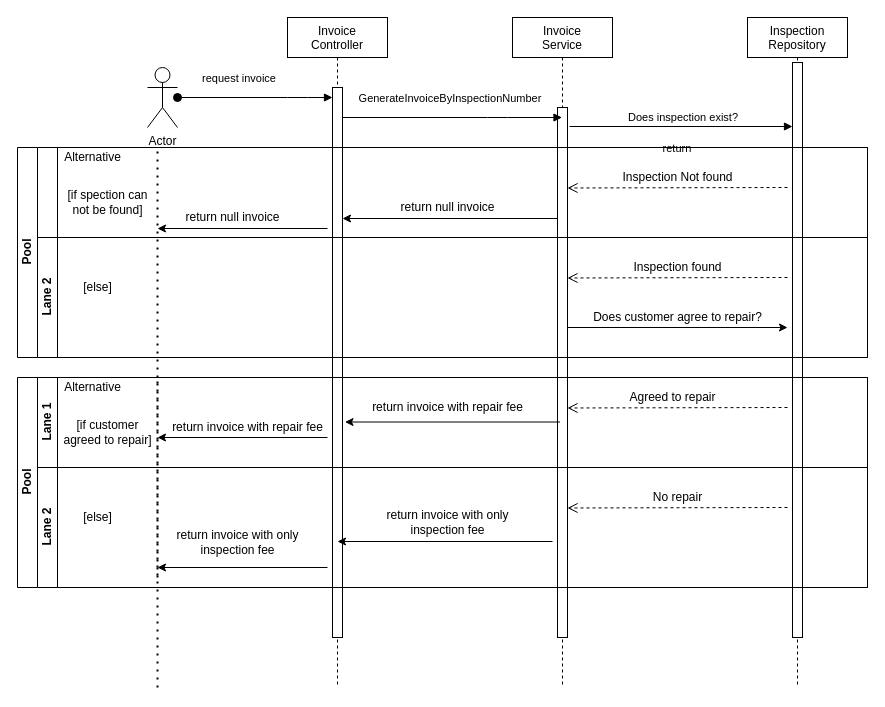
Before: Untitled Diagram.drawio in qixiaoling/Backend-project, a draw.io diagram. Source tidied: cells renumbered, new cells numbered last; positions are measured from the earlier drawing's top-left corner, leaving out a move shared by most shapes. Both pictures are drawn from the tidied source at 100%, with x=0, y=0 at pixel (17, 17).
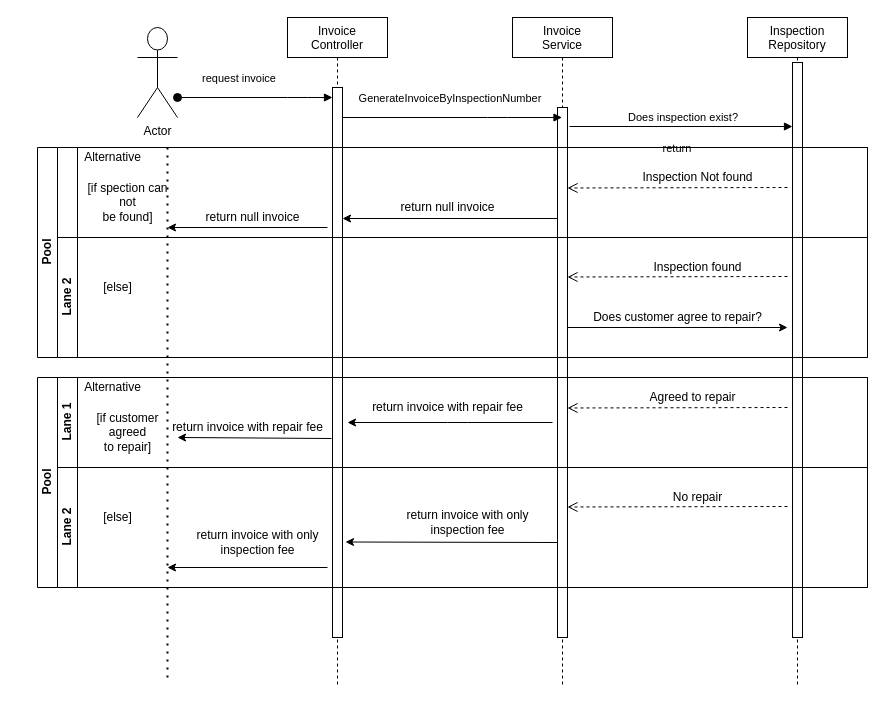
The same diagram, later.

The change refers to these unchanged cells:
```xml
<mxCell id="47" value="return invoice with repair fee" style="text;html=1;align=center;verticalAlign=middle;points=[];" parent="1" vertex="1">
  <mxGeometry x="145" y="400" width="170" height="20" as="geometry" />
</mxCell>
```

The edit, as a diff of the source:
```diff
@@
     <mxCell id="9" value="Actor" style="shape=umlActor;verticalLabelPosition=bottom;verticalAlign=top;html=1;" parent="1" vertex="1">
-      <mxGeometry x="130" y="50" width="30" height="60" as="geometry" />
+      <mxGeometry x="120" y="10" width="40" height="90" as="geometry" />
     </mxCell>
@@
     <mxCell id="12" value="Pool" style="swimlane;html=1;horizontal=0;startSize=20;" parent="1" vertex="1">
-      <mxGeometry y="130" width="850" height="210" as="geometry" />
+      <mxGeometry x="20" y="130" width="830" height="210" as="geometry" />
     </mxCell>
     <mxCell id="13" style="swimlane;html=1;startSize=20;horizontal=0;" parent="12" vertex="1">
-      <mxGeometry x="20" width="830" height="90" as="geometry" />
+      <mxGeometry x="20" width="810" height="90" as="geometry" />
     </mxCell>
@@
-    <mxCell id="15" style="endArrow=none;dashed=1;html=1;dashPattern=1 3;strokeWidth=2;" parent="13" edge="1">
-      <mxGeometry relative="1" as="geometry">
-        <mxPoint x="120" y="430" as="sourcePoint" />
-        <mxPoint x="120" as="targetPoint" />
-      </mxGeometry>
-    </mxCell>
-    <mxCell id="16" value="[if spection can &lt;br&gt;not be found]" style="text;html=1;align=center;verticalAlign=middle;" parent="13" vertex="1">
-      <mxGeometry x="20" y="40" width="100" height="30" as="geometry" />
+    <mxCell id="16" value="[if spection can &lt;br&gt;not &lt;br&gt;be found]" style="text;html=1;align=center;verticalAlign=middle;" parent="13" vertex="1">
+      <mxGeometry x="20" y="30" width="100" height="50" as="geometry" />
     </mxCell>
     <mxCell id="17" style="endArrow=classic;html=1;" parent="13" edge="1">
       <mxGeometry relative="1" as="geometry">
-        <mxPoint x="290" y="81" as="sourcePoint" />
-        <mxPoint x="120" y="81" as="targetPoint" />
+        <mxPoint x="270" y="80" as="sourcePoint" />
+        <mxPoint x="110" y="80" as="targetPoint" />
       </mxGeometry>
     </mxCell>
@@
     <mxCell id="20" value="Lane 2" style="swimlane;html=1;startSize=20;horizontal=0;" parent="12" vertex="1">
-      <mxGeometry x="20" y="90" width="830" height="120" as="geometry" />
+      <mxGeometry x="20" y="90" width="810" height="120" as="geometry" />
     </mxCell>
     <mxCell id="21" style="verticalAlign=bottom;endArrow=open;dashed=1;endSize=8;shadow=0;strokeWidth=1;" parent="20" edge="1">
       <mxGeometry y="-30" relative="1" as="geometry">
-        <mxPoint x="750" y="40" as="sourcePoint" />
-        <mxPoint x="530" y="40.5" as="targetPoint" />
+        <mxPoint x="730" y="39" as="sourcePoint" />
+        <mxPoint x="510" y="39.5" as="targetPoint" />
       </mxGeometry>
     </mxCell>
@@
     <mxCell id="23" style="endArrow=classic;html=1;" parent="20" edge="1">
       <mxGeometry relative="1" as="geometry">
-        <mxPoint x="530" y="90" as="sourcePoint" />
-        <mxPoint x="750" y="90" as="targetPoint" />
+        <mxPoint x="510" y="90" as="sourcePoint" />
+        <mxPoint x="730" y="90" as="targetPoint" />
       </mxGeometry>
     </mxCell>
@@
+    <mxCell id="15" style="endArrow=none;dashed=1;html=1;dashPattern=1 3;strokeWidth=2;" parent="20" edge="1">
+      <mxGeometry relative="1" as="geometry">
+        <mxPoint x="110" y="440" as="sourcePoint" />
+        <mxPoint x="110" y="-90" as="targetPoint" />
+      </mxGeometry>
+    </mxCell>
@@
     <mxCell id="29" value="Pool" style="swimlane;html=1;horizontal=0;startSize=20;" parent="1" vertex="1">
-      <mxGeometry y="360" width="850" height="210" as="geometry" />
+      <mxGeometry x="20" y="360" width="830" height="210" as="geometry" />
     </mxCell>
     <mxCell id="30" value="Lane 1" style="swimlane;html=1;startSize=20;horizontal=0;" parent="29" vertex="1">
-      <mxGeometry x="20" width="830" height="90" as="geometry" />
+      <mxGeometry x="20" width="810" height="90" as="geometry" />
     </mxCell>
@@
-    <mxCell id="32" style="endArrow=none;dashed=1;html=1;dashPattern=1 3;strokeWidth=2;" parent="30" edge="1">
-      <mxGeometry relative="1" as="geometry">
-        <mxPoint x="120" y="310" as="sourcePoint" />
-        <mxPoint x="120" as="targetPoint" />
-      </mxGeometry>
-    </mxCell>
-    <mxCell id="33" value="[if customer &lt;br&gt;agreed to repair]" style="text;html=1;align=center;verticalAlign=middle;" parent="30" vertex="1">
-      <mxGeometry x="20" y="40" width="100" height="30" as="geometry" />
+    <mxCell id="33" value="[if customer &lt;br&gt;agreed &lt;br&gt;to repair]" style="text;html=1;align=center;verticalAlign=middle;" parent="30" vertex="1">
+      <mxGeometry x="30" y="30" width="80" height="50" as="geometry" />
     </mxCell>
-    <mxCell id="34" style="endArrow=classic;html=1;" parent="30" edge="1">
+    <mxCell id="34" style="endArrow=classic;html=1;exitX=0.994;exitY=1.05;exitDx=0;exitDy=0;exitPerimeter=0;" parent="30" edge="1" source="47">
       <mxGeometry relative="1" as="geometry">
-        <mxPoint x="290" y="60" as="sourcePoint" />
         <mxPoint x="120" y="60" as="targetPoint" />
       </mxGeometry>
     </mxCell>
@@
     <mxCell id="36" style="endArrow=classic;html=1;" parent="30" edge="1">
       <mxGeometry relative="1" as="geometry">
-        <mxPoint x="522.5" y="44.5" as="sourcePoint" />
-        <mxPoint x="307.5" y="44.5" as="targetPoint" />
+        <mxPoint x="495" y="45" as="sourcePoint" />
+        <mxPoint x="290" y="45" as="targetPoint" />
+        <Array as="points">
+          <mxPoint x="400" y="45" />
+        </Array>
       </mxGeometry>
     </mxCell>
     <mxCell id="37" style="verticalAlign=bottom;endArrow=open;dashed=1;endSize=8;shadow=0;strokeWidth=1;" parent="30" edge="1">
       <mxGeometry y="-30" relative="1" as="geometry">
-        <mxPoint x="750" y="30" as="sourcePoint" />
-        <mxPoint x="530" y="30.5" as="targetPoint" />
+        <mxPoint x="730" y="30" as="sourcePoint" />
+        <mxPoint x="510" y="30.5" as="targetPoint" />
       </mxGeometry>
     </mxCell>
     <mxCell id="38" value="Lane 2" style="swimlane;html=1;startSize=20;horizontal=0;" parent="29" vertex="1">
-      <mxGeometry x="20" y="90" width="830" height="120" as="geometry" />
+      <mxGeometry x="20" y="90" width="810" height="120" as="geometry" />
     </mxCell>
     <mxCell id="39" style="verticalAlign=bottom;endArrow=open;dashed=1;endSize=8;shadow=0;strokeWidth=1;" parent="38" edge="1">
       <mxGeometry y="-30" relative="1" as="geometry">
-        <mxPoint x="750" y="40" as="sourcePoint" />
-        <mxPoint x="530" y="40.5" as="targetPoint" />
+        <mxPoint x="730" y="39" as="sourcePoint" />
+        <mxPoint x="510" y="39.5" as="targetPoint" />
       </mxGeometry>
     </mxCell>
@@
     <mxCell id="41" style="endArrow=classic;html=1;" parent="38" edge="1">
       <mxGeometry relative="1" as="geometry">
-        <mxPoint x="515" y="74" as="sourcePoint" />
-        <mxPoint x="300" y="74" as="targetPoint" />
+        <mxPoint x="500" y="75" as="sourcePoint" />
+        <mxPoint x="288" y="74.5" as="targetPoint" />
       </mxGeometry>
     </mxCell>
@@
     <mxCell id="43" style="endArrow=classic;html=1;" parent="38" edge="1">
       <mxGeometry relative="1" as="geometry">
-        <mxPoint x="290" y="100" as="sourcePoint" />
-        <mxPoint x="120" y="100" as="targetPoint" />
+        <mxPoint x="270" y="100" as="sourcePoint" />
+        <mxPoint x="110" y="100" as="targetPoint" />
       </mxGeometry>
     </mxCell>
```
